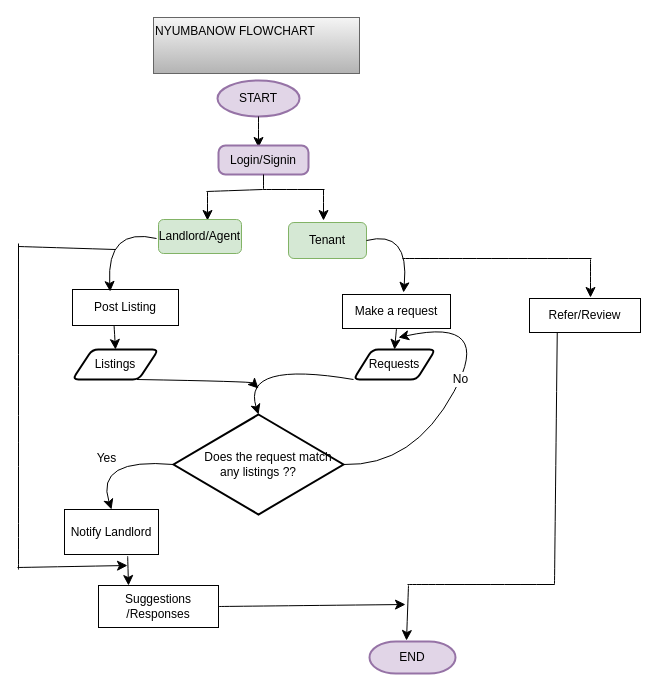
Earlier version of the draw.io diagram page "Page-3" (3 of 8) of NyumbaNow.drawio (Maygreat-A/PROJECT-NyumbaNow-). Source tidied: cells renumbered, new cells numbered last; positions are measured from the earlier drawing's top-left corner, leaving out a move shared by most shapes. Both pictures are drawn from the tidied source at 100%, with x=0, y=0 at pixel (17, 17).
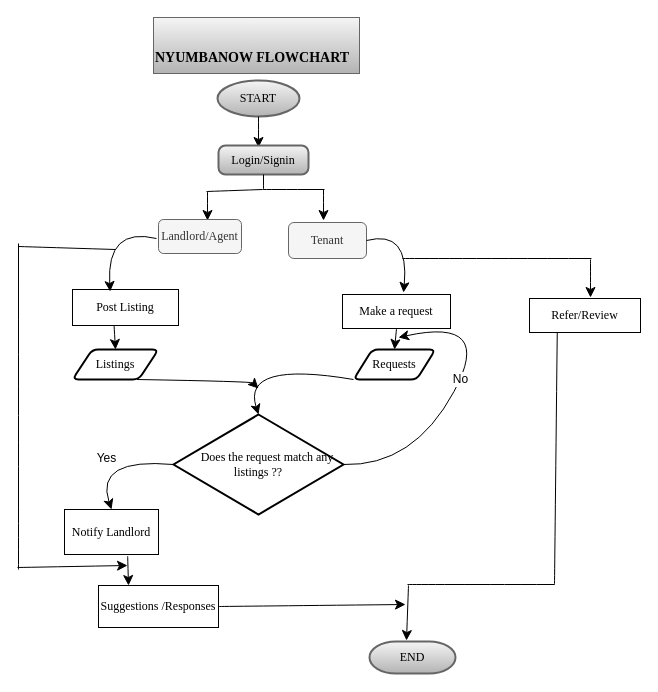
After the change.

The edit, as a diff of the source:
```diff
@@
-    <mxCell id="2" value="START" style="strokeWidth=2;html=1;shape=mxgraph.flowchart.start_1;whiteSpace=wrap;fillColor=#e1d5e7;strokeColor=#9673a6;" parent="1" vertex="1">
+    <mxCell id="2" value="&lt;font face=&quot;Times New Roman&quot;&gt;START&lt;/font&gt;" style="strokeWidth=2;html=1;shape=mxgraph.flowchart.start_1;whiteSpace=wrap;fillColor=#f5f5f5;strokeColor=#666666;gradientColor=#b3b3b3;" parent="1" vertex="1">
       <mxGeometry x="200" y="63" width="82" height="36" as="geometry" />
     </mxCell>
@@
-    <mxCell id="4" value="Login/Signin" style="rounded=1;whiteSpace=wrap;html=1;absoluteArcSize=1;arcSize=14;strokeWidth=2;fillColor=#e1d5e7;strokeColor=#9673a6;" parent="1" vertex="1">
+    <mxCell id="4" value="&lt;font face=&quot;Times New Roman&quot;&gt;Login/Signin&lt;/font&gt;" style="rounded=1;whiteSpace=wrap;html=1;absoluteArcSize=1;arcSize=14;strokeWidth=2;fillColor=#f5f5f5;strokeColor=#666666;gradientColor=#b3b3b3;" parent="1" vertex="1">
       <mxGeometry x="201" y="128" width="90" height="29" as="geometry" />
     </mxCell>
@@
-    <mxCell id="10" value="Landlord/Agent" style="rounded=1;whiteSpace=wrap;html=1;fillColor=#d5e8d4;strokeColor=#82b366;" parent="1" vertex="1">
+    <mxCell id="10" value="&lt;font face=&quot;Times New Roman&quot;&gt;Landlord/Agent&lt;/font&gt;" style="rounded=1;whiteSpace=wrap;html=1;fillColor=#f5f5f5;strokeColor=#666666;fontColor=#333333;" parent="1" vertex="1">
       <mxGeometry x="141" y="202" width="83" height="34" as="geometry" />
     </mxCell>
-    <mxCell id="11" value="Tenant" style="rounded=1;whiteSpace=wrap;html=1;fillColor=#d5e8d4;strokeColor=#82b366;" parent="1" vertex="1">
+    <mxCell id="11" value="&lt;font face=&quot;Times New Roman&quot;&gt;Tenant&lt;/font&gt;" style="rounded=1;whiteSpace=wrap;html=1;fillColor=#f5f5f5;strokeColor=#666666;fontColor=#333333;" parent="1" vertex="1">
       <mxGeometry x="271" y="205" width="78" height="36" as="geometry" />
     </mxCell>
-    <mxCell id="12" value="Post Listing" style="rounded=0;whiteSpace=wrap;html=1;" parent="1" vertex="1">
+    <mxCell id="12" value="&lt;font face=&quot;Times New Roman&quot;&gt;Post Listing&lt;/font&gt;" style="rounded=0;whiteSpace=wrap;html=1;" parent="1" vertex="1">
       <mxGeometry x="55" y="272" width="106" height="36" as="geometry" />
     </mxCell>
-    <mxCell id="13" value="Make a request" style="rounded=0;whiteSpace=wrap;html=1;" parent="1" vertex="1">
+    <mxCell id="13" value="&lt;font face=&quot;Times New Roman&quot;&gt;Make a request&lt;/font&gt;" style="rounded=0;whiteSpace=wrap;html=1;" parent="1" vertex="1">
       <mxGeometry x="325" y="277" width="108" height="34" as="geometry" />
     </mxCell>
@@
-    <mxCell id="16" value="Listings" style="shape=parallelogram;html=1;strokeWidth=2;perimeter=parallelogramPerimeter;whiteSpace=wrap;rounded=1;arcSize=12;size=0.23;" parent="1" vertex="1">
+    <mxCell id="16" value="&lt;font face=&quot;Times New Roman&quot;&gt;Listings&lt;/font&gt;" style="shape=parallelogram;html=1;strokeWidth=2;perimeter=parallelogramPerimeter;whiteSpace=wrap;rounded=1;arcSize=12;size=0.23;" parent="1" vertex="1">
       <mxGeometry x="55" y="332" width="86" height="30" as="geometry" />
     </mxCell>
-    <mxCell id="17" value="Requests" style="shape=parallelogram;html=1;strokeWidth=2;perimeter=parallelogramPerimeter;whiteSpace=wrap;rounded=1;arcSize=12;size=0.23;" parent="1" vertex="1">
+    <mxCell id="17" value="&lt;font face=&quot;Times New Roman&quot;&gt;Requests&lt;/font&gt;" style="shape=parallelogram;html=1;strokeWidth=2;perimeter=parallelogramPerimeter;whiteSpace=wrap;rounded=1;arcSize=12;size=0.23;" parent="1" vertex="1">
       <mxGeometry x="336" y="332" width="82" height="30" as="geometry" />
     </mxCell>
@@
-    <mxCell id="20" value="&amp;nbsp; &amp;nbsp; &amp;nbsp; Does the request match any listings ??" style="strokeWidth=2;html=1;shape=mxgraph.flowchart.decision;whiteSpace=wrap;" parent="1" vertex="1">
+    <mxCell id="20" value="&lt;font face=&quot;Times New Roman&quot;&gt;&amp;nbsp; &amp;nbsp; &amp;nbsp; Does the request match any listings ??&lt;/font&gt;" style="strokeWidth=2;html=1;shape=mxgraph.flowchart.decision;whiteSpace=wrap;" parent="1" vertex="1">
       <mxGeometry x="156" y="397" width="170" height="100" as="geometry" />
     </mxCell>
@@
-    <mxCell id="22" value="Notify Landlord" style="rounded=0;whiteSpace=wrap;html=1;" parent="1" vertex="1">
+    <mxCell id="22" value="&lt;font face=&quot;Times New Roman&quot;&gt;Notify Landlord&lt;/font&gt;" style="rounded=0;whiteSpace=wrap;html=1;" parent="1" vertex="1">
       <mxGeometry x="47" y="492" width="94" height="45" as="geometry" />
     </mxCell>
@@
-    <mxCell id="25" value="Suggestions /Responses" style="rounded=0;whiteSpace=wrap;html=1;" parent="1" vertex="1">
+    <mxCell id="25" value="&lt;font face=&quot;Times New Roman&quot;&gt;Suggestions /Responses&lt;/font&gt;" style="rounded=0;whiteSpace=wrap;html=1;" parent="1" vertex="1">
       <mxGeometry x="81" y="568" width="120" height="42" as="geometry" />
     </mxCell>
@@
-    <mxCell id="32" value="Refer/Review" style="rounded=0;whiteSpace=wrap;html=1;" parent="1" vertex="1">
+    <mxCell id="32" value="&lt;font face=&quot;Times New Roman&quot;&gt;Refer/Review&lt;/font&gt;" style="rounded=0;whiteSpace=wrap;html=1;" parent="1" vertex="1">
       <mxGeometry x="512" y="281" width="111" height="34" as="geometry" />
     </mxCell>
@@
-    <mxCell id="36" value="END" style="strokeWidth=2;html=1;shape=mxgraph.flowchart.terminator;whiteSpace=wrap;fillColor=#e1d5e7;strokeColor=#9673a6;" parent="1" vertex="1">
+    <mxCell id="36" value="&lt;font face=&quot;Times New Roman&quot;&gt;END&lt;/font&gt;" style="strokeWidth=2;html=1;shape=mxgraph.flowchart.terminator;whiteSpace=wrap;fillColor=#f5f5f5;strokeColor=#666666;gradientColor=#b3b3b3;" parent="1" vertex="1">
       <mxGeometry x="352" y="624" width="86" height="32" as="geometry" />
     </mxCell>
@@
-    <mxCell id="39" value="NYUMBANOW FLOWCHART" style="text;html=1;whiteSpace=wrap;overflow=hidden;rounded=0;fillColor=#f5f5f5;strokeColor=#666666;gradientColor=#b3b3b3;" parent="1" vertex="1">
+    <mxCell id="39" value="&lt;h1&gt;&lt;font style=&quot;font-size: 14px;&quot; face=&quot;Times New Roman&quot;&gt;&lt;b&gt;NYUMBANOW FLOWCHART&lt;/b&gt;&lt;/font&gt;&lt;/h1&gt;" style="text;html=1;whiteSpace=wrap;overflow=hidden;rounded=0;fillColor=#f5f5f5;strokeColor=#666666;gradientColor=#b3b3b3;" parent="1" vertex="1">
       <mxGeometry x="136" width="206" height="56" as="geometry" />
     </mxCell>
```
